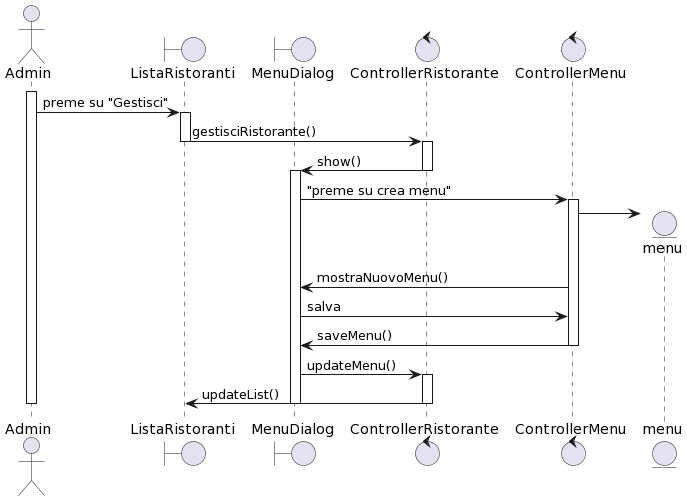
The PlantUML diagram Documentazione/assets/diagrammi/Sequence di analisi/sequence_add_menu.png in Mathieus99/RatatouilleDoc, before a commit. Its diagram source:
```plantuml
@startuml
actor Admin
boundary ListaRistoranti
boundary MenuDialog
control ControllerRistorante
control ControllerMenu

activate Admin
Admin -> ListaRistoranti: preme su "Gestisci"
activate ListaRistoranti

ListaRistoranti -> ControllerRistorante: gestisciRistorante()
deactivate ListaRistoranti
activate ControllerRistorante

ControllerRistorante -> MenuDialog: show()
deactivate ControllerRistorante
activate MenuDialog

MenuDialog->ControllerMenu: "preme su crea menu"
activate ControllerMenu

create entity menu
ControllerMenu -> menu
ControllerMenu->MenuDialog: mostraNuovoMenu()

MenuDialog->ControllerMenu: salva
ControllerMenu->MenuDialog: saveMenu()

deactivate ControllerMenu

MenuDialog->ControllerRistorante: updateMenu()
activate ControllerRistorante

ControllerRistorante -> ListaRistoranti: updateList()
deactivate ControllerRistorante
deactivate MenuDialog



deactivate Admin
@enduml
```
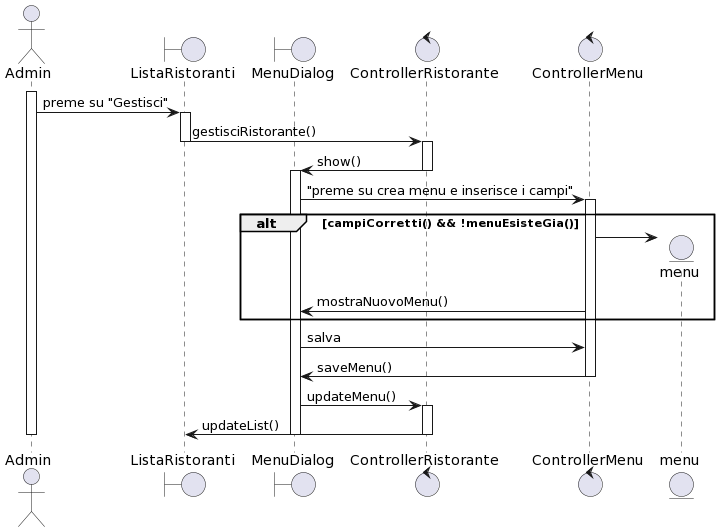
After the commit.

Commit message:
aggiunto secondo sequence

Change to the diagram source:
```diff
@@ -17,12 +17,13 @@
 deactivate ControllerRistorante
 activate MenuDialog
 
-MenuDialog->ControllerMenu: "preme su crea menu"
+MenuDialog->ControllerMenu: "preme su crea menu e inserisce i campi"
 activate ControllerMenu
-
-create entity menu
-ControllerMenu -> menu
-ControllerMenu->MenuDialog: mostraNuovoMenu()
+alt campiCorretti() && !menuEsisteGia()
+    create entity menu
+    ControllerMenu -> menu
+    ControllerMenu->MenuDialog: mostraNuovoMenu()
+end
 
 MenuDialog->ControllerMenu: salva
 ControllerMenu->MenuDialog: saveMenu()
```
